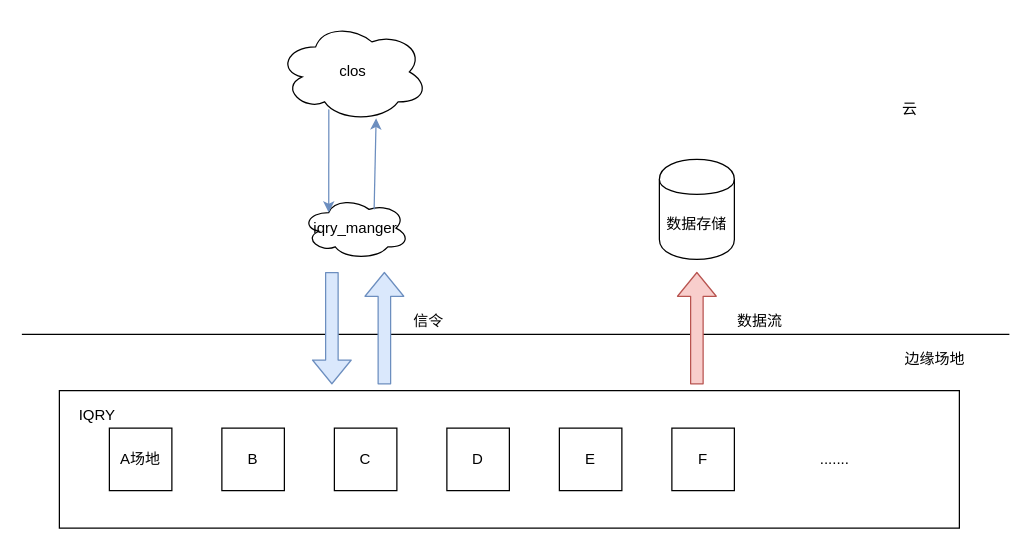
Earlier version of the draw.io diagram Untitled Diagram.drawio (xwkeke/MyGit). Source tidied: cells renumbered, new cells numbered last; positions are measured from the earlier drawing's top-left corner, leaving out a move shared by most shapes. Both pictures are drawn from the tidied source at 125%, with x=0, y=0 at pixel (21, 21).
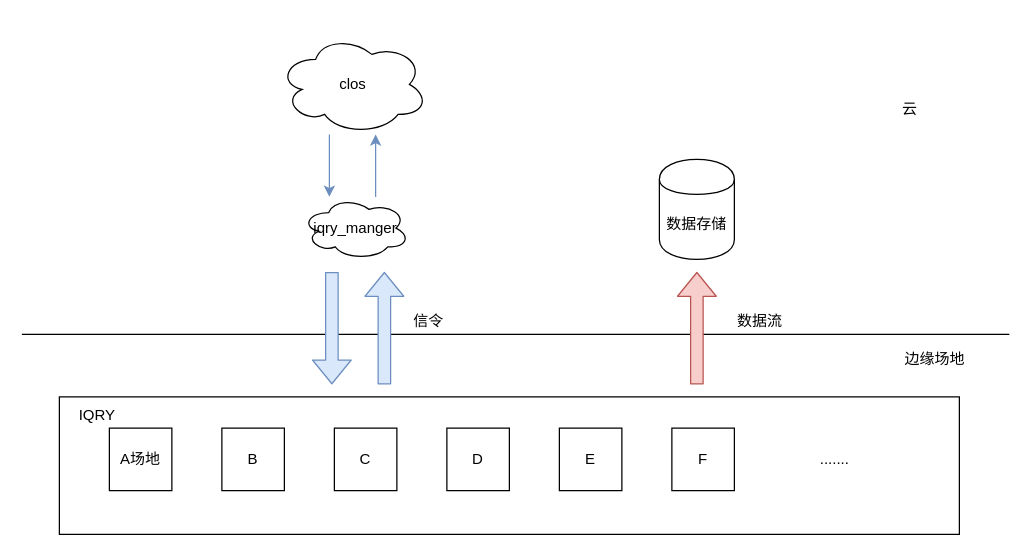
After the change.

The change refers to these unchanged cells:
```xml
<mxCell id="4" value="iqry_manger" style="ellipse;shape=cloud;whiteSpace=wrap;html=1;" parent="1" vertex="1">
  <mxGeometry x="224" y="140" width="86" height="50" as="geometry" />
</mxCell>
```

Change to the diagram source:
```diff
@@
     <mxCell id="2" value="clos" style="ellipse;shape=cloud;whiteSpace=wrap;html=1;" parent="1" vertex="1">
-      <mxGeometry x="205" width="120" height="80" as="geometry" />
+      <mxGeometry x="205" y="10" width="120" height="80" as="geometry" />
     </mxCell>
@@
-    <mxCell id="5" style="endArrow=classic;html=1;fillColor=#dae8fc;strokeColor=#6c8ebf;entryX=0.25;entryY=0.25;entryDx=0;entryDy=0;entryPerimeter=0;exitX=0.338;exitY=0.875;exitDx=0;exitDy=0;exitPerimeter=0;" parent="1" edge="1" source="2" target="4">
-      <mxGeometry relative="1" as="geometry" />
+    <mxCell id="5" style="endArrow=classic;html=1;fillColor=#dae8fc;strokeColor=#6c8ebf;" parent="1" edge="1">
+      <mxGeometry relative="1" as="geometry">
+        <mxPoint x="246" y="90" as="sourcePoint" />
+        <mxPoint x="246" y="140" as="targetPoint" />
+      </mxGeometry>
     </mxCell>
@@
     <mxCell id="15" style="rounded=0;whiteSpace=wrap;html=1;fillColor=none;" parent="1" vertex="1">
-      <mxGeometry x="30" y="295" width="720" height="110" as="geometry" />
+      <mxGeometry x="30" y="300" width="720" height="110" as="geometry" />
     </mxCell>
@@
-    <mxCell id="20" style="endArrow=classic;html=1;fillColor=#dae8fc;strokeColor=#6c8ebf;entryX=0.62;entryY=0.964;entryDx=0;entryDy=0;entryPerimeter=0;exitX=0.625;exitY=0.2;exitDx=0;exitDy=0;exitPerimeter=0;" parent="1" edge="1">
+    <mxCell id="20" style="endArrow=classic;html=1;fillColor=#dae8fc;strokeColor=#6c8ebf;" parent="1" edge="1">
       <mxGeometry relative="1" as="geometry">
-        <mxPoint x="281.8" y="150" as="sourcePoint" />
-        <mxPoint x="283.4" y="77.1" as="targetPoint" />
+        <mxPoint x="283" y="140" as="sourcePoint" />
+        <mxPoint x="283" y="90" as="targetPoint" />
       </mxGeometry>
     </mxCell>
```
